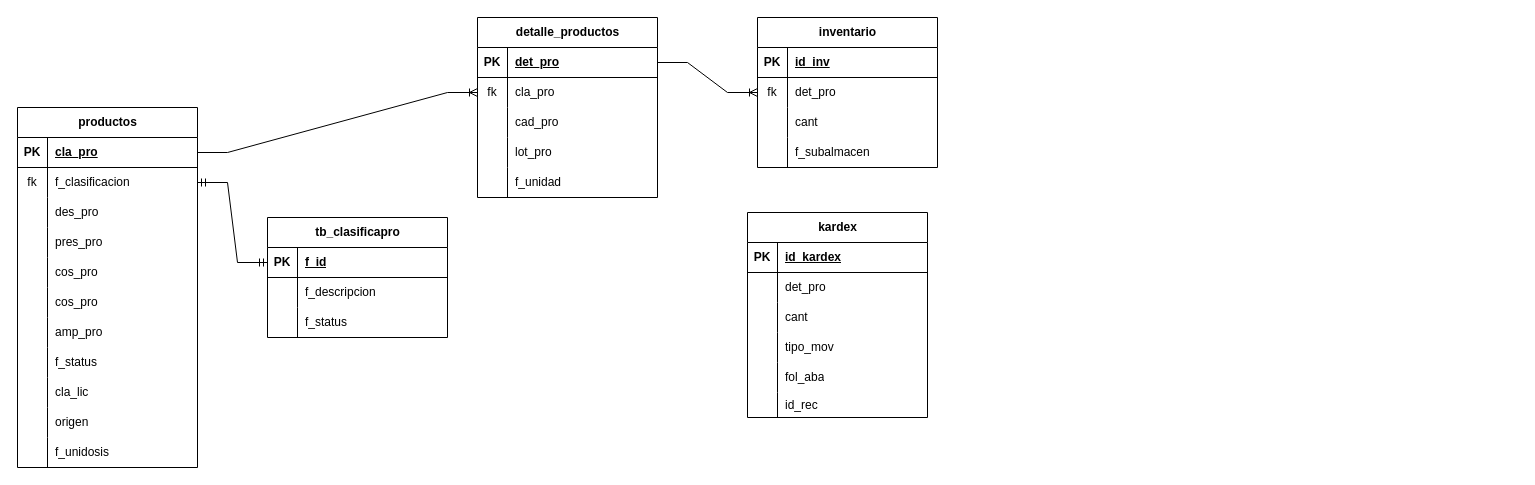
The draw.io diagram ReportesProductos.drawio in ErnestoDanielTafoyaMolinaCYM/clases-cat-cym, before the edit. Source tidied: cells renumbered, new cells numbered last; positions are measured from the earlier drawing's top-left corner, leaving out a move shared by most shapes. Both pictures are drawn from the tidied source at 100%, with x=0, y=0 at pixel (17, 17).
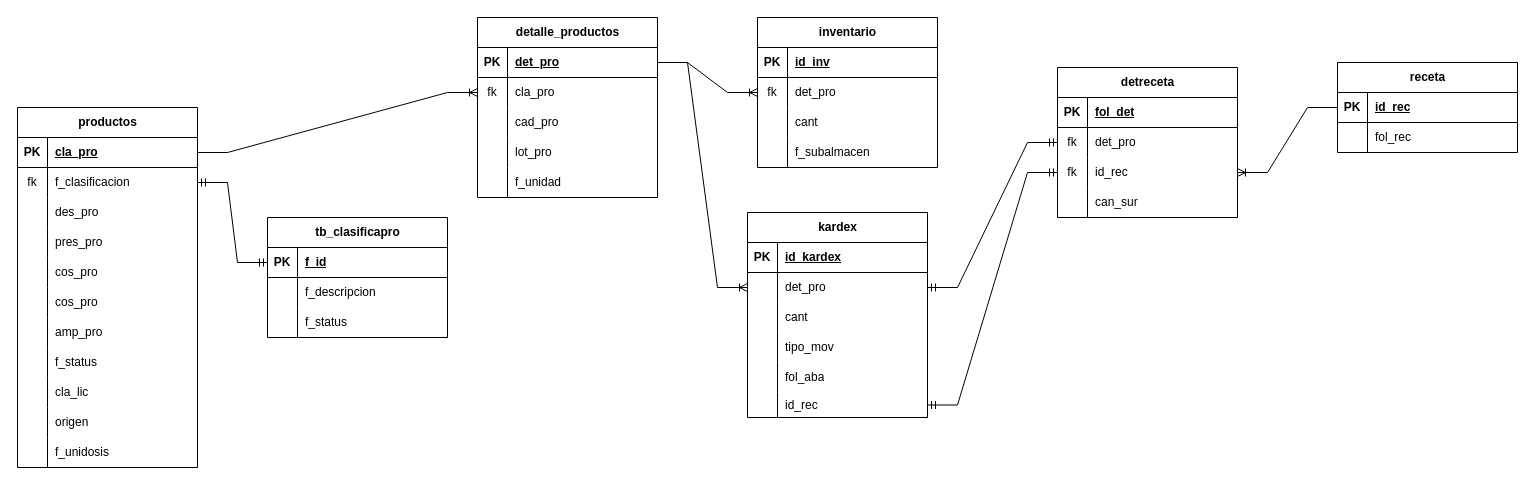
The same page after the edit.

Unchanged cells that the change refers to:
```xml
<mxCell id="48" style="shape=tableRow;horizontal=0;startSize=0;swimlaneHead=0;swimlaneBody=0;fillColor=none;points=[[0,0.5],[1,0.5]];portConstraint=eastwest;top=0;left=0;right=0;bottom=1;" parent="47" vertex="1">
  <mxGeometry y="30" width="180" height="30" as="geometry" />
</mxCell>
<mxCell id="82" style="shape=tableRow;horizontal=0;startSize=0;swimlaneHead=0;swimlaneBody=0;fillColor=none;points=[[0,0.5],[1,0.5]];portConstraint=eastwest;top=0;left=0;right=0;bottom=0;" parent="78" vertex="1">
  <mxGeometry y="60" width="180" height="30" as="geometry" />
</mxCell>
<mxCell id="94" style="shape=tableRow;horizontal=0;startSize=0;swimlaneHead=0;swimlaneBody=0;fillColor=none;points=[[0,0.5],[1,0.5]];portConstraint=eastwest;top=0;left=0;right=0;bottom=0;" parent="78" vertex="1">
  <mxGeometry y="180" width="180" height="25" as="geometry" />
</mxCell>
```

The edit, as a diff of the source:
```diff
@@
+    <mxCell id="97" style="edgeStyle=entityRelationEdgeStyle;fontSize=12;html=1;endArrow=ERoneToMany;rounded=0;entryX=0;entryY=0.5;entryDx=0;entryDy=0;exitX=1;exitY=0.5;exitDx=0;exitDy=0;" parent="1" edge="1" source="48" target="82">
+      <mxGeometry relative="1" as="geometry" />
+    </mxCell>
+    <mxCell id="98" value="receta" style="shape=table;startSize=30;childLayout=tableLayout;rowLines=0;fontStyle=1;align=center;html=1;" parent="1" vertex="1">
+      <mxGeometry x="1320" y="45" width="180" height="90" as="geometry" />
+    </mxCell>
+    <mxCell id="99" style="shape=tableRow;horizontal=0;startSize=0;swimlaneHead=0;swimlaneBody=0;fillColor=none;points=[[0,0.5],[1,0.5]];portConstraint=eastwest;top=0;left=0;right=0;bottom=1;" parent="98" vertex="1">
+      <mxGeometry y="30" width="180" height="30" as="geometry" />
+    </mxCell>
+    <mxCell id="100" value="PK" style="shape=partialRectangle;fillColor=none;top=0;left=0;bottom=0;right=0;fontStyle=1;overflow=hidden;whiteSpace=wrap;html=1;" parent="99" vertex="1">
+      <mxGeometry width="30" height="30" as="geometry" />
+    </mxCell>
+    <mxCell id="101" value="id_rec" style="shape=partialRectangle;fillColor=none;top=0;left=0;bottom=0;right=0;align=left;spacingLeft=6;fontStyle=5;overflow=hidden;whiteSpace=wrap;html=1;" parent="99" vertex="1">
+      <mxGeometry x="30" width="150" height="30" as="geometry" />
+    </mxCell>
+    <mxCell id="102" style="shape=tableRow;horizontal=0;startSize=0;swimlaneHead=0;swimlaneBody=0;fillColor=none;top=0;left=0;right=0;bottom=0;" parent="98" vertex="1">
+      <mxGeometry y="60" width="180" height="30" as="geometry" />
+    </mxCell>
+    <mxCell id="103" style="shape=partialRectangle;fillColor=none;top=0;left=0;bottom=0;right=0;overflow=hidden;whiteSpace=wrap;html=1;" parent="102" vertex="1">
+      <mxGeometry width="30" height="30" as="geometry" />
+    </mxCell>
+    <mxCell id="104" value="fol_rec" style="shape=partialRectangle;fillColor=none;top=0;left=0;bottom=0;right=0;align=left;spacingLeft=6;overflow=hidden;whiteSpace=wrap;html=1;" parent="102" vertex="1">
+      <mxGeometry x="30" width="150" height="30" as="geometry" />
+    </mxCell>
+    <mxCell id="105" value="detreceta" style="shape=table;startSize=30;childLayout=tableLayout;rowLines=0;fontStyle=1;align=center;html=1;" parent="1" vertex="1">
+      <mxGeometry x="1040" y="50" width="180" height="150" as="geometry" />
+    </mxCell>
+    <mxCell id="106" style="shape=tableRow;horizontal=0;startSize=0;swimlaneHead=0;swimlaneBody=0;fillColor=none;top=0;left=0;right=0;bottom=1;" parent="105" vertex="1">
+      <mxGeometry y="30" width="180" height="30" as="geometry" />
+    </mxCell>
+    <mxCell id="107" value="PK" style="shape=partialRectangle;fillColor=none;top=0;left=0;bottom=0;right=0;fontStyle=1;overflow=hidden;whiteSpace=wrap;html=1;" parent="106" vertex="1">
+      <mxGeometry width="30" height="30" as="geometry" />
+    </mxCell>
+    <mxCell id="108" value="fol_det" style="shape=partialRectangle;fillColor=none;top=0;left=0;bottom=0;right=0;align=left;spacingLeft=6;fontStyle=5;overflow=hidden;whiteSpace=wrap;html=1;" parent="106" vertex="1">
+      <mxGeometry x="30" width="150" height="30" as="geometry" />
+    </mxCell>
+    <mxCell id="109" style="shape=tableRow;horizontal=0;startSize=0;swimlaneHead=0;swimlaneBody=0;fillColor=none;points=[[0,0.5],[1,0.5]];portConstraint=eastwest;top=0;left=0;right=0;bottom=0;" parent="105" vertex="1">
+      <mxGeometry y="60" width="180" height="30" as="geometry" />
+    </mxCell>
+    <mxCell id="110" value="fk" style="shape=partialRectangle;fillColor=none;top=0;left=0;bottom=0;right=0;overflow=hidden;whiteSpace=wrap;html=1;" parent="109" vertex="1">
+      <mxGeometry width="30" height="30" as="geometry" />
+    </mxCell>
+    <mxCell id="111" value="det_pro" style="shape=partialRectangle;fillColor=none;top=0;left=0;bottom=0;right=0;align=left;spacingLeft=6;overflow=hidden;whiteSpace=wrap;html=1;" parent="109" vertex="1">
+      <mxGeometry x="30" width="150" height="30" as="geometry" />
+    </mxCell>
+    <mxCell id="112" style="shape=tableRow;horizontal=0;startSize=0;swimlaneHead=0;swimlaneBody=0;fillColor=none;points=[[0,0.5],[1,0.5]];portConstraint=eastwest;top=0;left=0;right=0;bottom=0;" parent="105" vertex="1">
+      <mxGeometry y="90" width="180" height="30" as="geometry" />
+    </mxCell>
+    <mxCell id="113" value="fk" style="shape=partialRectangle;fillColor=none;top=0;left=0;bottom=0;right=0;overflow=hidden;whiteSpace=wrap;html=1;" parent="112" vertex="1">
+      <mxGeometry width="30" height="30" as="geometry" />
+    </mxCell>
+    <mxCell id="114" value="id_rec" style="shape=partialRectangle;fillColor=none;top=0;left=0;bottom=0;right=0;align=left;spacingLeft=6;overflow=hidden;whiteSpace=wrap;html=1;" parent="112" vertex="1">
+      <mxGeometry x="30" width="150" height="30" as="geometry" />
+    </mxCell>
+    <mxCell id="115" style="shape=tableRow;horizontal=0;startSize=0;swimlaneHead=0;swimlaneBody=0;fillColor=none;top=0;left=0;right=0;bottom=0;" parent="105" vertex="1">
+      <mxGeometry y="120" width="180" height="30" as="geometry" />
+    </mxCell>
+    <mxCell id="116" style="shape=partialRectangle;fillColor=none;top=0;left=0;bottom=0;right=0;overflow=hidden;whiteSpace=wrap;html=1;" parent="115" vertex="1">
+      <mxGeometry width="30" height="30" as="geometry" />
+    </mxCell>
+    <mxCell id="117" value="can_sur" style="shape=partialRectangle;fillColor=none;top=0;left=0;bottom=0;right=0;align=left;spacingLeft=6;overflow=hidden;whiteSpace=wrap;html=1;" parent="115" vertex="1">
+      <mxGeometry x="30" width="150" height="30" as="geometry" />
+    </mxCell>
+    <mxCell id="118" style="edgeStyle=entityRelationEdgeStyle;fontSize=12;html=1;endArrow=ERoneToMany;rounded=0;entryX=1;entryY=0.5;entryDx=0;entryDy=0;exitX=0;exitY=0.5;exitDx=0;exitDy=0;" parent="1" edge="1" source="99" target="112">
+      <mxGeometry relative="1" as="geometry" />
+    </mxCell>
+    <mxCell id="119" style="edgeStyle=entityRelationEdgeStyle;fontSize=12;html=1;endArrow=ERmandOne;startArrow=ERmandOne;rounded=0;entryX=0;entryY=0.5;entryDx=0;entryDy=0;exitX=1;exitY=0.5;exitDx=0;exitDy=0;" parent="1" edge="1" source="94" target="112">
+      <mxGeometry relative="1" as="geometry" />
+    </mxCell>
+    <mxCell id="120" style="edgeStyle=entityRelationEdgeStyle;fontSize=12;html=1;endArrow=ERmandOne;startArrow=ERmandOne;rounded=0;entryX=0;entryY=0.5;entryDx=0;entryDy=0;exitX=1;exitY=0.5;exitDx=0;exitDy=0;" parent="1" edge="1" source="82" target="109">
+      <mxGeometry relative="1" as="geometry" />
+    </mxCell>
```
